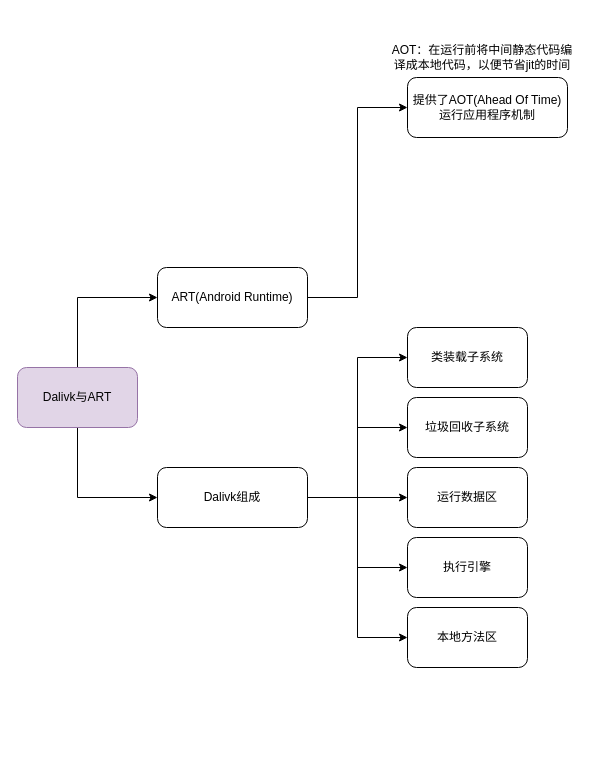
Before: 胡思乱想.drawio in MUtopia2747/chart, a draw.io diagram. Source tidied: cells renumbered, new cells numbered last; positions are measured from the earlier drawing's top-left corner, leaving out a move shared by most shapes. Both pictures are drawn from the tidied source at 100%, with x=0, y=0 at pixel (17, 27).
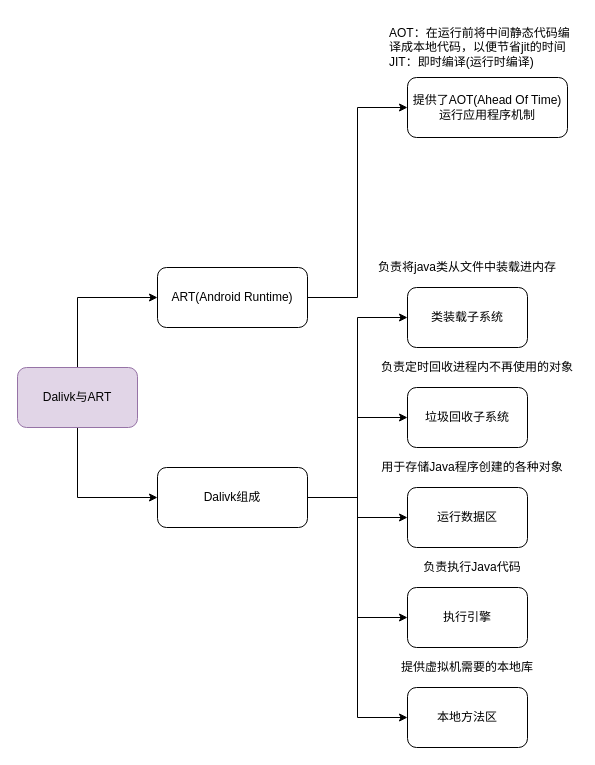
The same diagram, later.

Commit message (it also covers changes not shown here):
更新胡思乱想.drawio

Change to the diagram source:
```diff
@@
-    <mxCell id="8" value="AOT：在运行前将中间静态代码编译成本地代码，以便节省jit的时间" style="text;html=1;strokeColor=none;fillColor=none;align=center;verticalAlign=middle;whiteSpace=wrap;rounded=0;" parent="1" vertex="1">
-      <mxGeometry x="370" width="190" height="60" as="geometry" />
+    <mxCell id="8" value="AOT：在运行前将中间静态代码编译成本地代码，以便节省jit的时间&lt;br&gt;JIT：即时编译(运行时编译)" style="text;html=1;strokeColor=none;fillColor=none;align=left;verticalAlign=middle;whiteSpace=wrap;rounded=0;" parent="1" vertex="1">
+      <mxGeometry x="370" y="-10" width="190" height="60" as="geometry" />
     </mxCell>
@@
     <mxCell id="15" value="运行数据区" style="whiteSpace=wrap;html=1;rounded=1;" parent="1" vertex="1">
-      <mxGeometry x="390" y="440" width="120" height="60" as="geometry" />
+      <mxGeometry x="390" y="460" width="120" height="60" as="geometry" />
     </mxCell>
     <mxCell id="16" value="类装载子系统" style="rounded=1;whiteSpace=wrap;html=1;" parent="1" vertex="1">
-      <mxGeometry x="390" y="300" width="120" height="60" as="geometry" />
+      <mxGeometry x="390" y="260" width="120" height="60" as="geometry" />
     </mxCell>
     <mxCell id="17" value="执行引擎" style="rounded=1;whiteSpace=wrap;html=1;" parent="1" vertex="1">
-      <mxGeometry x="390" y="510" width="120" height="60" as="geometry" />
+      <mxGeometry x="390" y="560" width="120" height="60" as="geometry" />
     </mxCell>
     <mxCell id="18" value="本地方法区" style="rounded=1;whiteSpace=wrap;html=1;" parent="1" vertex="1">
-      <mxGeometry x="390" y="580" width="120" height="60" as="geometry" />
+      <mxGeometry x="390" y="660" width="120" height="60" as="geometry" />
     </mxCell>
     <mxCell id="19" value="垃圾回收子系统" style="rounded=1;whiteSpace=wrap;html=1;" parent="1" vertex="1">
-      <mxGeometry x="390" y="370" width="120" height="60" as="geometry" />
+      <mxGeometry x="390" y="360" width="120" height="60" as="geometry" />
     </mxCell>
+    <mxCell id="20" value="负责将java类从文件中装载进内存" style="text;html=1;strokeColor=none;fillColor=none;align=center;verticalAlign=middle;whiteSpace=wrap;rounded=0;" parent="1" vertex="1">
+      <mxGeometry x="355" y="210" width="190" height="60" as="geometry" />
+    </mxCell>
+    <mxCell id="21" value="负责定时回收进程内不再使用的对象" style="text;html=1;strokeColor=none;fillColor=none;align=center;verticalAlign=middle;whiteSpace=wrap;rounded=0;" parent="1" vertex="1">
+      <mxGeometry x="360" y="310" width="200" height="60" as="geometry" />
+    </mxCell>
+    <mxCell id="22" value="用于存储Java程序创建的各种对象" style="text;html=1;strokeColor=none;fillColor=none;align=center;verticalAlign=middle;whiteSpace=wrap;rounded=0;" parent="1" vertex="1">
+      <mxGeometry x="355" y="410" width="200" height="60" as="geometry" />
+    </mxCell>
+    <mxCell id="23" value="负责执行Java代码" style="text;html=1;strokeColor=none;fillColor=none;align=center;verticalAlign=middle;whiteSpace=wrap;rounded=0;" parent="1" vertex="1">
+      <mxGeometry x="355" y="510" width="200" height="60" as="geometry" />
+    </mxCell>
+    <mxCell id="24" value="提供虚拟机需要的本地库" style="text;html=1;strokeColor=none;fillColor=none;align=center;verticalAlign=middle;whiteSpace=wrap;rounded=0;" parent="1" vertex="1">
+      <mxGeometry x="350" y="610" width="200" height="60" as="geometry" />
+    </mxCell>
```
